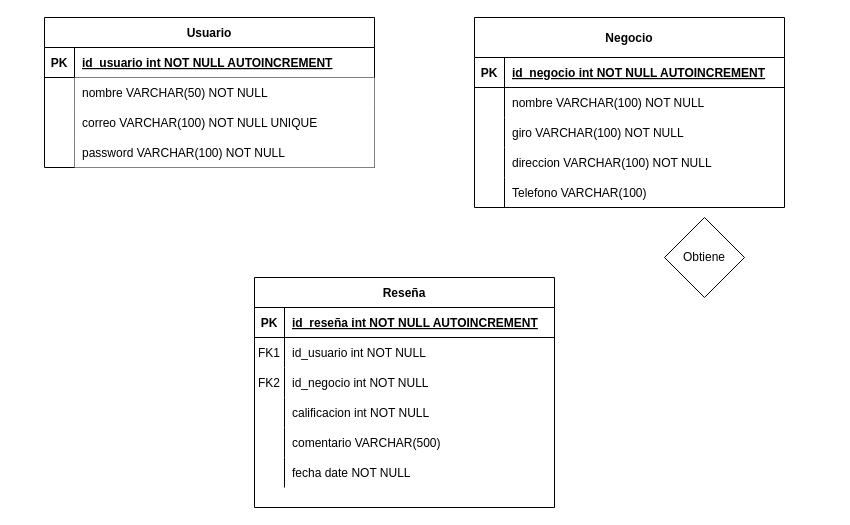
The draw.io diagram E-R reseñas negocios pequeños.drawio in AlexAntonio29/PracticasProgramacion, before the edit. Source tidied: cells renumbered, new cells numbered last; positions are measured from the earlier drawing's top-left corner, leaving out a move shared by most shapes. Both pictures are drawn from the tidied source at 100%, with x=0, y=0 at pixel (44, 17).
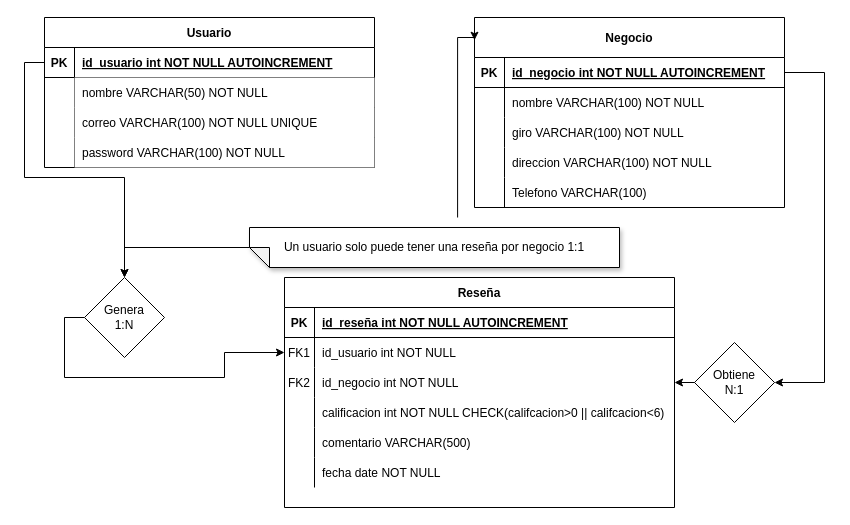
Above is the later version.

Unchanged cells that the change refers to:
```xml
<mxCell id="3" style="shape=partialRectangle;fillColor=none;points=[[0,0.5],[1,0.5]];portConstraint=eastwest;top=0;left=0;right=0;bottom=1;" parent="2" vertex="1">
  <mxGeometry y="40" width="310" height="30" as="geometry" />
</mxCell>
<mxCell id="38" style="shape=partialRectangle;fillColor=none;points=[[0,0.5],[1,0.5]];portConstraint=eastwest;top=0;left=0;right=0;bottom=1;" parent="37" vertex="1">
  <mxGeometry y="30" width="330" height="30" as="geometry" />
</mxCell>
```

Change to the diagram source:
```diff
@@
     <mxCell id="18" value="Reseña" style="shape=table;startSize=30;childLayout=tableLayout;rowLines=0;fontStyle=1;align=center;" parent="1" vertex="1">
-      <mxGeometry x="210" y="260" width="300" height="230" as="geometry" />
+      <mxGeometry x="240" y="260" width="390" height="230" as="geometry" />
     </mxCell>
     <mxCell id="19" style="shape=partialRectangle;fillColor=none;top=0;left=0;right=0;bottom=1;" parent="18" vertex="1">
-      <mxGeometry y="30" width="300" height="30" as="geometry" />
+      <mxGeometry y="30" width="390" height="30" as="geometry" />
     </mxCell>
@@
     <mxCell id="21" value="id_reseña int NOT NULL AUTOINCREMENT" style="shape=partialRectangle;overflow=hidden;fillColor=none;top=0;left=0;bottom=0;right=0;align=left;spacingLeft=6;fontStyle=5;" parent="19" vertex="1">
-      <mxGeometry x="30" width="270" height="30" as="geometry" />
+      <mxGeometry x="30" width="360" height="30" as="geometry" />
     </mxCell>
     <mxCell id="22" style="shape=partialRectangle;fillColor=none;points=[[0,0.5],[1,0.5]];portConstraint=eastwest;top=0;left=0;right=0;bottom=0;" parent="18" vertex="1">
-      <mxGeometry y="60" width="300" height="30" as="geometry" />
+      <mxGeometry y="60" width="390" height="30" as="geometry" />
     </mxCell>
@@
     <mxCell id="24" value="id_usuario int NOT NULL" style="shape=partialRectangle;overflow=hidden;fillColor=none;top=0;left=0;bottom=0;right=0;align=left;spacingLeft=6;" parent="22" vertex="1">
-      <mxGeometry x="30" width="270" height="30" as="geometry" />
+      <mxGeometry x="30" width="360" height="30" as="geometry" />
     </mxCell>
     <mxCell id="25" style="shape=partialRectangle;fillColor=none;points=[[0,0.5],[1,0.5]];portConstraint=eastwest;top=0;left=0;right=0;bottom=0;" parent="18" vertex="1">
-      <mxGeometry y="90" width="300" height="30" as="geometry" />
+      <mxGeometry y="90" width="390" height="30" as="geometry" />
     </mxCell>
@@
     <mxCell id="27" value="id_negocio int NOT NULL" style="shape=partialRectangle;overflow=hidden;fillColor=none;top=0;left=0;bottom=0;right=0;align=left;spacingLeft=6;" parent="25" vertex="1">
-      <mxGeometry x="30" width="270" height="30" as="geometry" />
+      <mxGeometry x="30" width="360" height="30" as="geometry" />
     </mxCell>
     <mxCell id="28" style="shape=partialRectangle;fillColor=none;top=0;left=0;right=0;bottom=0;" parent="18" vertex="1">
-      <mxGeometry y="120" width="300" height="30" as="geometry" />
+      <mxGeometry y="120" width="390" height="30" as="geometry" />
     </mxCell>
@@
-    <mxCell id="30" value="calificacion int NOT NULL" style="shape=partialRectangle;overflow=hidden;fillColor=none;top=0;left=0;bottom=0;right=0;align=left;spacingLeft=6;" parent="28" vertex="1">
-      <mxGeometry x="30" width="270" height="30" as="geometry" />
+    <mxCell id="30" value="calificacion int NOT NULL CHECK(califcacion&gt;0 || califcacion&lt;6)" style="shape=partialRectangle;overflow=hidden;fillColor=none;top=0;left=0;bottom=0;right=0;align=left;spacingLeft=6;" parent="28" vertex="1">
+      <mxGeometry x="30" width="360" height="30" as="geometry" />
     </mxCell>
     <mxCell id="31" style="shape=partialRectangle;fillColor=none;top=0;left=0;right=0;bottom=0;" parent="18" vertex="1">
-      <mxGeometry y="150" width="300" height="30" as="geometry" />
+      <mxGeometry y="150" width="390" height="30" as="geometry" />
     </mxCell>
@@
     <mxCell id="33" value="comentario VARCHAR(500) " style="shape=partialRectangle;overflow=hidden;fillColor=none;top=0;left=0;bottom=0;right=0;align=left;spacingLeft=6;" parent="31" vertex="1">
-      <mxGeometry x="30" width="270" height="30" as="geometry" />
+      <mxGeometry x="30" width="360" height="30" as="geometry" />
     </mxCell>
     <mxCell id="34" style="shape=partialRectangle;fillColor=none;top=0;left=0;right=0;bottom=0;" parent="18" vertex="1">
-      <mxGeometry y="180" width="300" height="30" as="geometry" />
+      <mxGeometry y="180" width="390" height="30" as="geometry" />
     </mxCell>
@@
     <mxCell id="36" value="fecha date NOT NULL" style="shape=partialRectangle;overflow=hidden;fillColor=none;top=0;left=0;bottom=0;right=0;align=left;spacingLeft=6;" parent="34" vertex="1">
-      <mxGeometry x="30" width="270" height="30" as="geometry" />
+      <mxGeometry x="30" width="360" height="30" as="geometry" />
     </mxCell>
@@
+    <mxCell id="51" style="edgeStyle=none;rounded=0;jettySize=auto;html=1;exitX=1;exitY=0.5;exitDx=0;exitDy=0;entryX=1;entryY=0.5;entryDx=0;entryDy=0;" parent="1" edge="1" source="50" target="25">
+      <mxGeometry relative="1" as="geometry" />
+    </mxCell>
+    <mxCell id="52" style="edgeStyle=none;rounded=0;jettySize=auto;html=1;exitX=1;exitY=0.5;exitDx=0;exitDy=0;entryX=1;entryY=0.5;entryDx=0;entryDy=0;" parent="1" edge="1" source="3" target="50">
+      <mxGeometry relative="1" as="geometry">
+        <Array as="points">
+          <mxPoint x="780" y="55" />
+          <mxPoint x="780" y="365" />
+        </Array>
+      </mxGeometry>
+    </mxCell>
-    <mxCell id="50" value="Obtiene" style="rhombus;whiteSpace=wrap;html=1;" parent="1" vertex="1">
-      <mxGeometry x="620" y="200" width="80" height="80" as="geometry" />
+    <mxCell id="50" value="Obtiene&lt;div&gt;N:1&lt;/div&gt;" style="rhombus;whiteSpace=wrap;html=1;" parent="1" vertex="1">
+      <mxGeometry x="650" y="325" width="80" height="80" as="geometry" />
     </mxCell>
+    <mxCell id="53" style="edgeStyle=orthogonalEdgeStyle;rounded=0;jettySize=auto;html=1;exitX=0;exitY=0.5;exitDx=0;exitDy=0;" parent="1" edge="1" source="55" target="22">
+      <mxGeometry relative="1" as="geometry" />
+    </mxCell>
+    <mxCell id="54" style="edgeStyle=orthogonalEdgeStyle;rounded=0;jettySize=auto;html=1;exitX=0;exitY=0.5;exitDx=0;exitDy=0;" parent="1" edge="1" source="38" target="55">
+      <mxGeometry relative="1" as="geometry" />
+    </mxCell>
+    <mxCell id="55" value="Genera&lt;div&gt;1:N&lt;/div&gt;" style="rhombus;whiteSpace=wrap;html=1;" parent="1" vertex="1">
+      <mxGeometry x="40" y="260" width="80" height="80" as="geometry" />
+    </mxCell>
+    <mxCell id="56" style="edgeStyle=orthogonalEdgeStyle;rounded=0;jettySize=auto;html=1;" parent="1" edge="1" source="57" target="55">
+      <mxGeometry relative="1" as="geometry" />
+    </mxCell>
+    <mxCell id="57" value="Un usuario solo puede tener una reseña por negocio 1:1" style="shape=note;whiteSpace=wrap;html=1;backgroundOutline=1;darkOpacity=0.05;fillStyle=solid;direction=west;gradientDirection=north;shadow=1;size=20;" parent="1" vertex="1">
+      <mxGeometry x="205" y="210" width="370" height="40" as="geometry" />
+    </mxCell>
+    <mxCell id="58" style="edgeStyle=orthogonalEdgeStyle;rounded=0;orthogonalLoop=1;jettySize=auto;html=1;entryX=0.006;entryY=0.172;entryDx=0;entryDy=0;entryPerimeter=0;" parent="1" edge="1">
+      <mxGeometry relative="1" as="geometry">
+        <mxPoint x="413.1" y="200" as="sourcePoint" />
+        <mxPoint x="430" y="22.7" as="targetPoint" />
+        <Array as="points">
+          <mxPoint x="413.1" y="20" />
+          <mxPoint x="430.1" y="20" />
+        </Array>
+      </mxGeometry>
+    </mxCell>
```
